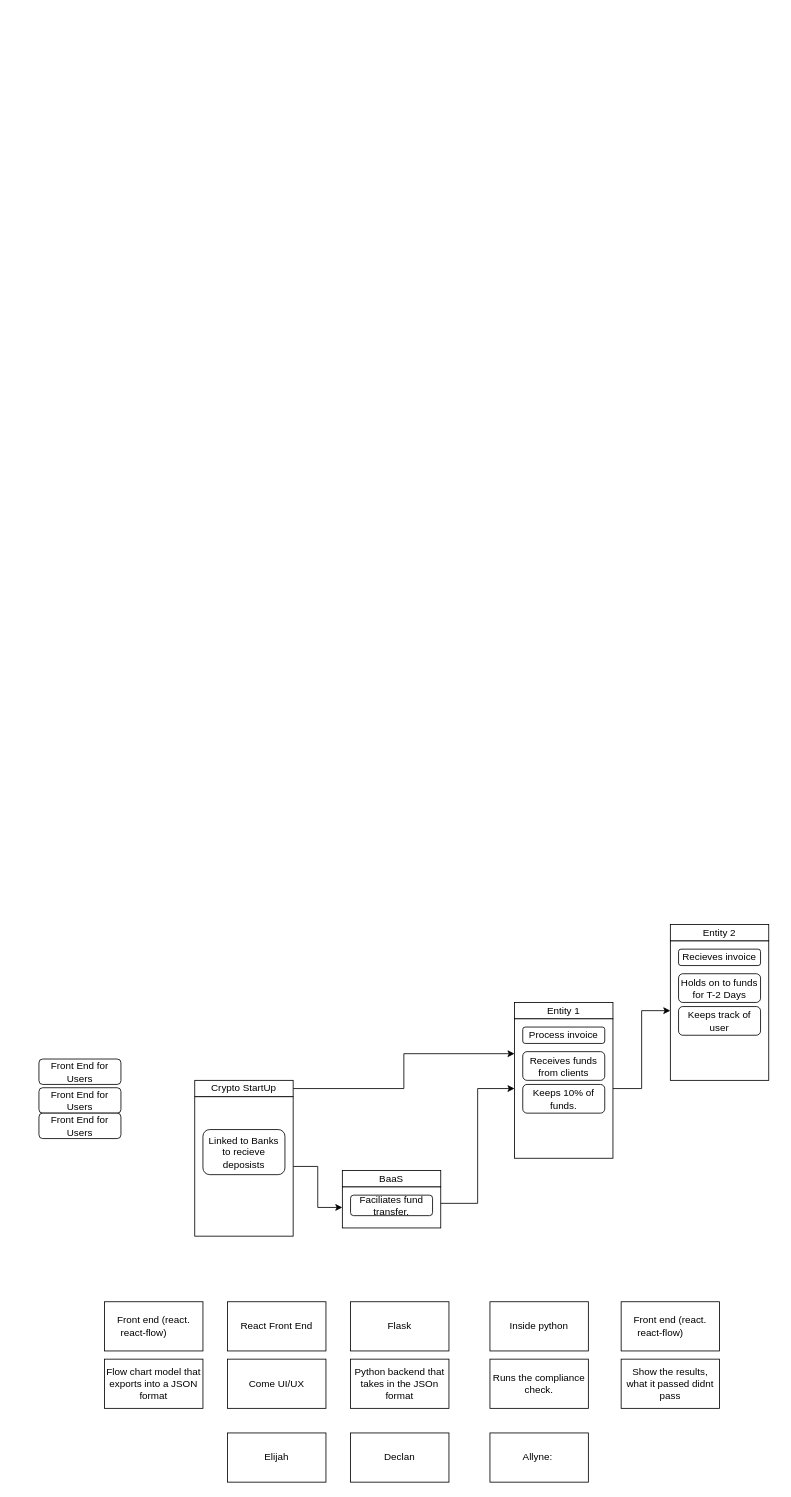
peek00/ellipsisTechHack2022 keeps this draw.io diagram as images/styleFrame1.drawio. Above is the earlier version. Source tidied: cells renumbered, new cells numbered last; positions are measured from the earlier drawing's top-left corner, leaving out a move shared by most shapes. Both pictures are drawn from the tidied source at 82%, with x=0, y=0 at pixel (39, 924).
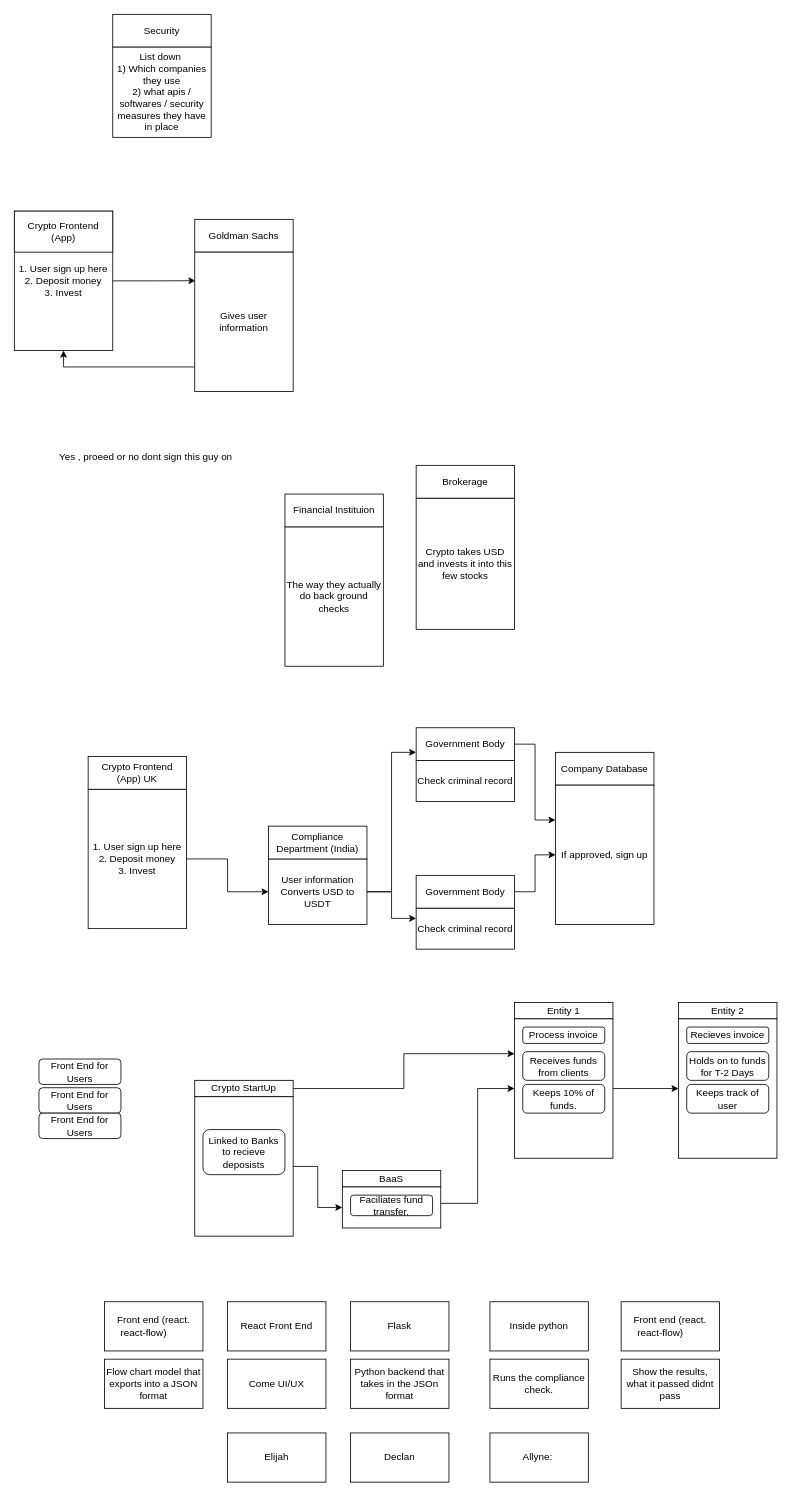
Above is the later version.

Change to the diagram source:
```diff
@@
     <mxCell id="8" value="Entity 2" style="rounded=0;whiteSpace=wrap;html=1;" parent="1" vertex="1">
-      <mxGeometry x="770" width="120" height="20" as="geometry" />
+      <mxGeometry x="780" y="95" width="120" height="20" as="geometry" />
     </mxCell>
     <mxCell id="9" style="rounded=0;whiteSpace=wrap;html=1;" parent="1" vertex="1">
-      <mxGeometry x="770" y="20" width="120" height="170" as="geometry" />
+      <mxGeometry x="780" y="115" width="120" height="170" as="geometry" />
     </mxCell>
     <mxCell id="10" value="Recieves invoice" style="rounded=1;whiteSpace=wrap;html=1;" parent="1" vertex="1">
-      <mxGeometry x="780" y="30" width="100" height="20" as="geometry" />
+      <mxGeometry x="790" y="125" width="100" height="20" as="geometry" />
     </mxCell>
     <mxCell id="11" value="Holds on to funds for T-2 Days" style="rounded=1;whiteSpace=wrap;html=1;" parent="1" vertex="1">
-      <mxGeometry x="780" y="60" width="100" height="35" as="geometry" />
+      <mxGeometry x="790" y="155" width="100" height="35" as="geometry" />
     </mxCell>
     <mxCell id="12" value="Keeps track of user" style="rounded=1;whiteSpace=wrap;html=1;" parent="1" vertex="1">
-      <mxGeometry x="780" y="100" width="100" height="35" as="geometry" />
+      <mxGeometry x="790" y="195" width="100" height="35" as="geometry" />
     </mxCell>
@@
+    <mxCell id="38" style="edgeStyle=orthogonalEdgeStyle;rounded=0;jettySize=auto;html=1;entryX=0;entryY=0.5;entryDx=0;entryDy=0;" parent="1" edge="1" source="39" target="45">
+      <mxGeometry relative="1" as="geometry" />
+    </mxCell>
+    <mxCell id="39" value="1. User sign up here&lt;br&gt;2. Deposit money&lt;br&gt;3. Invest" style="rounded=0;whiteSpace=wrap;html=1;" parent="1" vertex="1">
+      <mxGeometry x="60" y="-165" width="120" height="170" as="geometry" />
+    </mxCell>
+    <mxCell id="40" value="Crypto Frontend (App) UK" style="rounded=0;whiteSpace=wrap;html=1;" parent="1" vertex="1">
+      <mxGeometry x="60" y="-205" width="120" height="40" as="geometry" />
+    </mxCell>
+    <mxCell id="41" value="The way they actually do back ground checks" style="rounded=0;whiteSpace=wrap;html=1;" parent="1" vertex="1">
+      <mxGeometry x="300" y="-485" width="120" height="170" as="geometry" />
+    </mxCell>
+    <mxCell id="42" value="Financial Instituion" style="rounded=0;whiteSpace=wrap;html=1;" parent="1" vertex="1">
+      <mxGeometry x="300" y="-525" width="120" height="40" as="geometry" />
+    </mxCell>
+    <mxCell id="43" style="edgeStyle=orthogonalEdgeStyle;rounded=0;jettySize=auto;html=1;entryX=0;entryY=0.25;entryDx=0;entryDy=0;" parent="1" edge="1" source="45" target="49">
+      <mxGeometry relative="1" as="geometry" />
+    </mxCell>
+    <mxCell id="44" style="edgeStyle=orthogonalEdgeStyle;rounded=0;jettySize=auto;html=1;entryX=0;entryY=0.75;entryDx=0;entryDy=0;" parent="1" edge="1" source="45" target="54">
+      <mxGeometry relative="1" as="geometry" />
+    </mxCell>
+    <mxCell id="45" value="User information&lt;br&gt;Converts USD to USDT" style="rounded=0;whiteSpace=wrap;html=1;" parent="1" vertex="1">
+      <mxGeometry x="280" y="-80" width="120" height="80" as="geometry" />
+    </mxCell>
+    <mxCell id="46" value="Compliance Department (India)" style="rounded=0;whiteSpace=wrap;html=1;" parent="1" vertex="1">
+      <mxGeometry x="280" y="-120" width="120" height="40" as="geometry" />
+    </mxCell>
+    <mxCell id="47" value="Crypto takes USD and invests it into this few stocks" style="rounded=0;whiteSpace=wrap;html=1;" parent="1" vertex="1">
+      <mxGeometry x="460" y="-520" width="120" height="160" as="geometry" />
+    </mxCell>
+    <mxCell id="48" value="Brokerage" style="rounded=0;whiteSpace=wrap;html=1;" parent="1" vertex="1">
+      <mxGeometry x="460" y="-560" width="120" height="40" as="geometry" />
+    </mxCell>
+    <mxCell id="49" value="Check criminal record" style="rounded=0;whiteSpace=wrap;html=1;" parent="1" vertex="1">
+      <mxGeometry x="460" y="-20" width="120" height="50" as="geometry" />
+    </mxCell>
+    <mxCell id="50" style="edgeStyle=orthogonalEdgeStyle;rounded=0;jettySize=auto;html=1;entryX=0;entryY=0.5;entryDx=0;entryDy=0;" parent="1" edge="1" source="51" target="56">
+      <mxGeometry relative="1" as="geometry" />
+    </mxCell>
+    <mxCell id="51" value="Government Body" style="rounded=0;whiteSpace=wrap;html=1;" parent="1" vertex="1">
+      <mxGeometry x="460" y="-60" width="120" height="40" as="geometry" />
+    </mxCell>
+    <mxCell id="52" value="Check criminal record" style="rounded=0;whiteSpace=wrap;html=1;" parent="1" vertex="1">
+      <mxGeometry x="460" y="-200" width="120" height="50" as="geometry" />
+    </mxCell>
+    <mxCell id="53" style="edgeStyle=orthogonalEdgeStyle;rounded=0;jettySize=auto;html=1;entryX=0;entryY=0.25;entryDx=0;entryDy=0;" parent="1" edge="1" source="54" target="56">
+      <mxGeometry relative="1" as="geometry" />
+    </mxCell>
+    <mxCell id="54" value="Government Body" style="rounded=0;whiteSpace=wrap;html=1;" parent="1" vertex="1">
+      <mxGeometry x="460" y="-240" width="120" height="40" as="geometry" />
+    </mxCell>
+    <mxCell id="55" value="Company Database" style="rounded=0;whiteSpace=wrap;html=1;" parent="1" vertex="1">
+      <mxGeometry x="630" y="-210" width="120" height="40" as="geometry" />
+    </mxCell>
+    <mxCell id="56" value="If approved, sign up" style="rounded=0;whiteSpace=wrap;html=1;" parent="1" vertex="1">
+      <mxGeometry x="630" y="-170" width="120" height="170" as="geometry" />
+    </mxCell>
+    <mxCell id="57" style="edgeStyle=orthogonalEdgeStyle;rounded=0;jettySize=auto;html=1;entryX=0.007;entryY=0.205;entryDx=0;entryDy=0;entryPerimeter=0;" parent="1" edge="1" source="58" target="62">
+      <mxGeometry relative="1" as="geometry" />
+    </mxCell>
+    <mxCell id="58" value="1. User sign up here&lt;br&gt;2. Deposit money&lt;br&gt;3. Invest" style="rounded=0;whiteSpace=wrap;html=1;" parent="1" vertex="1">
+      <mxGeometry x="-30" y="-870" width="120" height="170" as="geometry" />
+    </mxCell>
+    <mxCell id="59" value="Crypto Frontend (App)" style="rounded=0;whiteSpace=wrap;html=1;" parent="1" vertex="1">
+      <mxGeometry x="-30" y="-870" width="120" height="50" as="geometry" />
+    </mxCell>
+    <mxCell id="60" value="Goldman Sachs" style="rounded=0;whiteSpace=wrap;html=1;" parent="1" vertex="1">
+      <mxGeometry x="190" y="-860" width="120" height="40" as="geometry" />
+    </mxCell>
+    <mxCell id="61" style="edgeStyle=orthogonalEdgeStyle;rounded=0;jettySize=auto;html=1;entryX=0.5;entryY=1;entryDx=0;entryDy=0;" parent="1" edge="1" source="62" target="58">
+      <mxGeometry relative="1" as="geometry">
+        <Array as="points">
+          <mxPoint x="30" y="-680" />
+        </Array>
+      </mxGeometry>
+    </mxCell>
+    <mxCell id="62" value="Gives user information" style="rounded=0;whiteSpace=wrap;html=1;" parent="1" vertex="1">
+      <mxGeometry x="190" y="-820" width="120" height="170" as="geometry" />
+    </mxCell>
+    <mxCell id="63" value="Yes , proeed or no dont sign this guy on" style="text;html=1;align=center;verticalAlign=middle;strokeColor=none;fillColor=none;" parent="1" vertex="1">
+      <mxGeometry x="15" y="-585" width="230" height="30" as="geometry" />
+    </mxCell>
+    <mxCell id="64" value="Security" style="rounded=0;whiteSpace=wrap;html=1;" parent="1" vertex="1">
+      <mxGeometry x="90" y="-1110" width="120" height="40" as="geometry" />
+    </mxCell>
+    <mxCell id="65" value="List down&amp;nbsp;&lt;br&gt;1) Which companies they use&lt;br&gt;2) what apis / softwares / security measures they have in place" style="rounded=0;whiteSpace=wrap;html=1;" parent="1" vertex="1">
+      <mxGeometry x="90" y="-1070" width="120" height="110" as="geometry" />
+    </mxCell>
```
